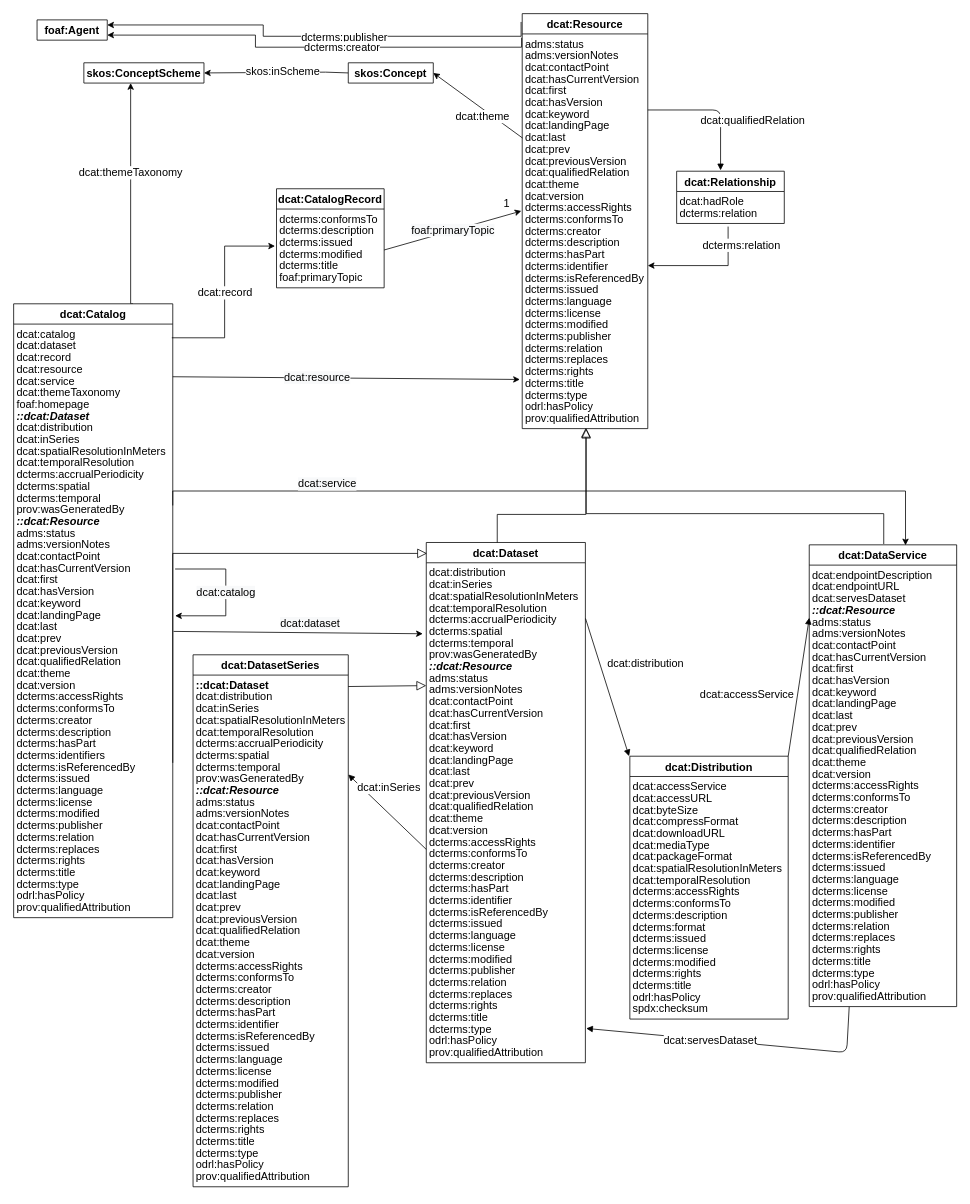
Above: dcat/images/dcat-all-attributes.drawio in w3c/dxwg (draw.io), before the change. Source tidied: cells renumbered, new cells numbered last; positions are measured from the earlier drawing's top-left corner, leaving out a move shared by most shapes. Both pictures are drawn from the tidied source at 78%, with x=0, y=0 at pixel (13, 13).
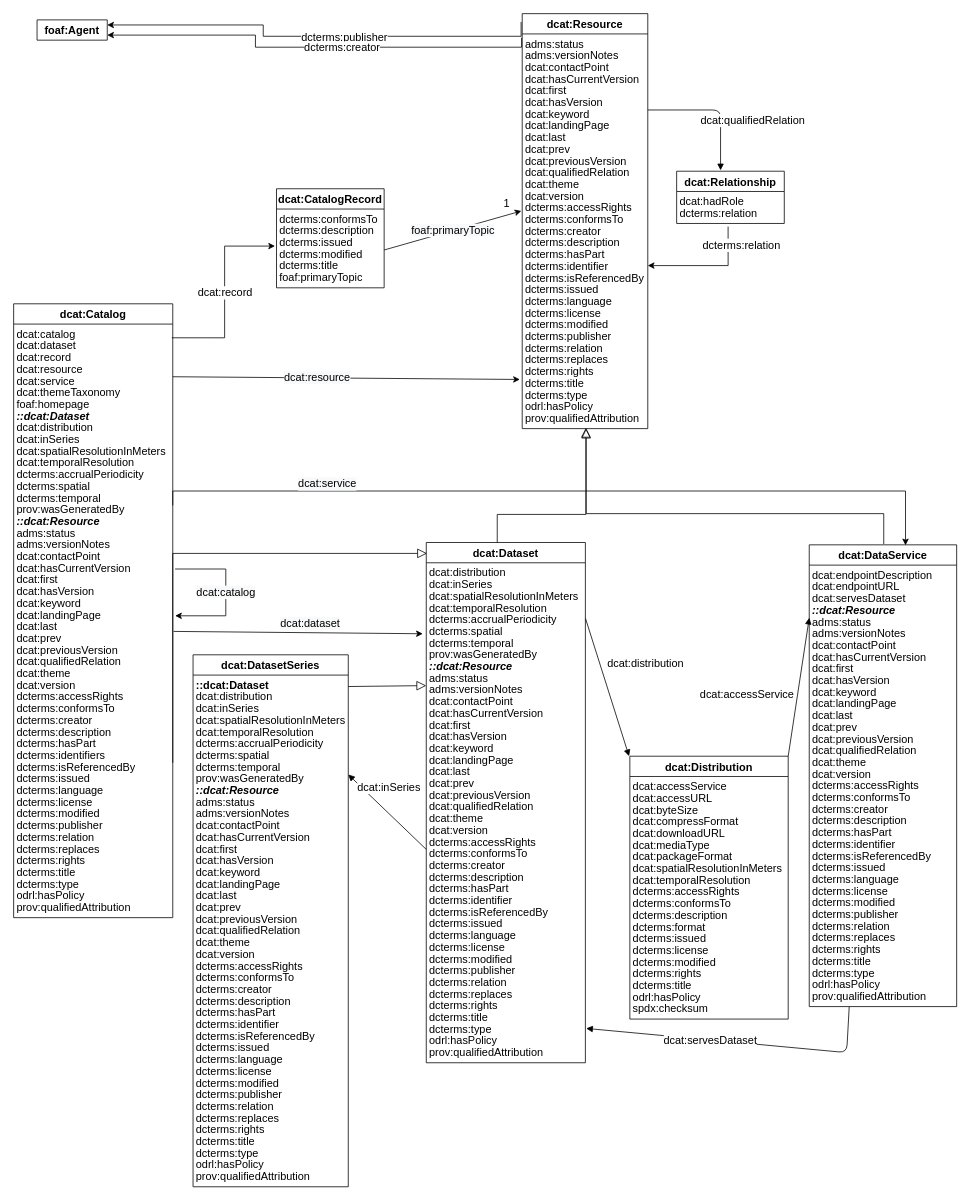
The same diagram, later.

Commit message (it also covers changes not shown here):
removing skos:Concept and skos:ConceptScheme in the figure as result of the dcat:theme and dcat:themeTaxonomy relaxation

Unchanged cells that the change refers to:
```xml
<mxCell id="4" value="dcat:Catalog" style="swimlane;fontStyle=1;horizontal=1;startSize=26;spacing=0;fontSize=14;" parent="1" vertex="1">
  <mxGeometry y="372" width="204" height="787" as="geometry" />
</mxCell>
<mxCell id="72" value="dcat:prev" style="text;strokeColor=none;fillColor=none;align=left;verticalAlign=top;spacingLeft=4;spacingRight=4;overflow=hidden;points=[[0,0.5],[1,0.5]];portConstraint=eastwest;fontStyle=0;spacing=0;fontSize=14;" parent="62" vertex="1">
  <mxGeometry y="161" width="161" height="15" as="geometry" />
</mxCell>
```

The edit, as a diff of the source:
```diff
@@
-    <mxCell id="3" value="dcat:themeTaxonomy" style="edgeStyle=orthogonalEdgeStyle;rounded=0;jettySize=auto;html=1;exitX=0.75;exitY=0;exitDx=0;exitDy=0;entryX=0.396;entryY=0.962;entryDx=0;entryDy=0;fontSize=14;spacing=0;entryPerimeter=0;" parent="1" edge="1" source="4" target="56">
-      <mxGeometry x="0.19" relative="1" as="geometry">
-        <Array as="points">
-          <mxPoint x="150" y="372" />
-          <mxPoint x="150" y="89" />
-        </Array>
-      </mxGeometry>
-    </mxCell>
@@
-    <mxCell id="56" value="skos:ConceptScheme" style="swimlane;fontStyle=1;horizontal=1;startSize=26;fontSize=14;spacing=0;" parent="1" vertex="1" collapsed="1">
-      <mxGeometry x="90" y="63" width="154" height="26" as="geometry" />
-    </mxCell>
-    <mxCell id="57" style="rounded=0;jettySize=auto;html=1;exitX=0;exitY=0.5;exitDx=0;exitDy=0;entryX=1;entryY=0.5;entryDx=0;entryDy=0;fontSize=14;spacing=0;" parent="1" edge="1" source="59" target="56">
-      <mxGeometry relative="1" as="geometry">
-        <Array as="points">
-          <mxPoint x="400" y="75" />
-        </Array>
-      </mxGeometry>
-    </mxCell>
-    <mxCell id="58" value="skos:inScheme" style="edgeLabel;html=1;align=center;verticalAlign=middle;fontSize=14;spacing=0;" parent="57" vertex="1">
-      <mxGeometry x="-0.13" relative="1" as="geometry">
-        <mxPoint x="-5" y="-2" as="offset" />
-      </mxGeometry>
-    </mxCell>
-    <mxCell id="59" value="skos:Concept" style="swimlane;fontStyle=1;horizontal=1;startSize=26;fontSize=14;spacing=0;" parent="1" vertex="1" collapsed="1">
-      <mxGeometry x="429" y="63" width="109" height="26" as="geometry" />
-    </mxCell>
-    <mxCell id="60" style="rounded=0;jettySize=auto;html=1;exitX=0.003;exitY=-0.1;exitDx=0;exitDy=0;fontSize=14;entryX=1;entryY=0.5;entryDx=0;entryDy=0;exitPerimeter=0;spacing=0;" parent="1" edge="1" source="72" target="59">
-      <mxGeometry relative="1" as="geometry" />
-    </mxCell>
-    <mxCell id="61" value="dcat:theme" style="edgeLabel;html=1;align=center;verticalAlign=middle;fontSize=14;spacing=0;" parent="60" vertex="1">
-      <mxGeometry x="-0.33" relative="1" as="geometry">
-        <mxPoint x="-14" as="offset" />
-      </mxGeometry>
-    </mxCell>
```
